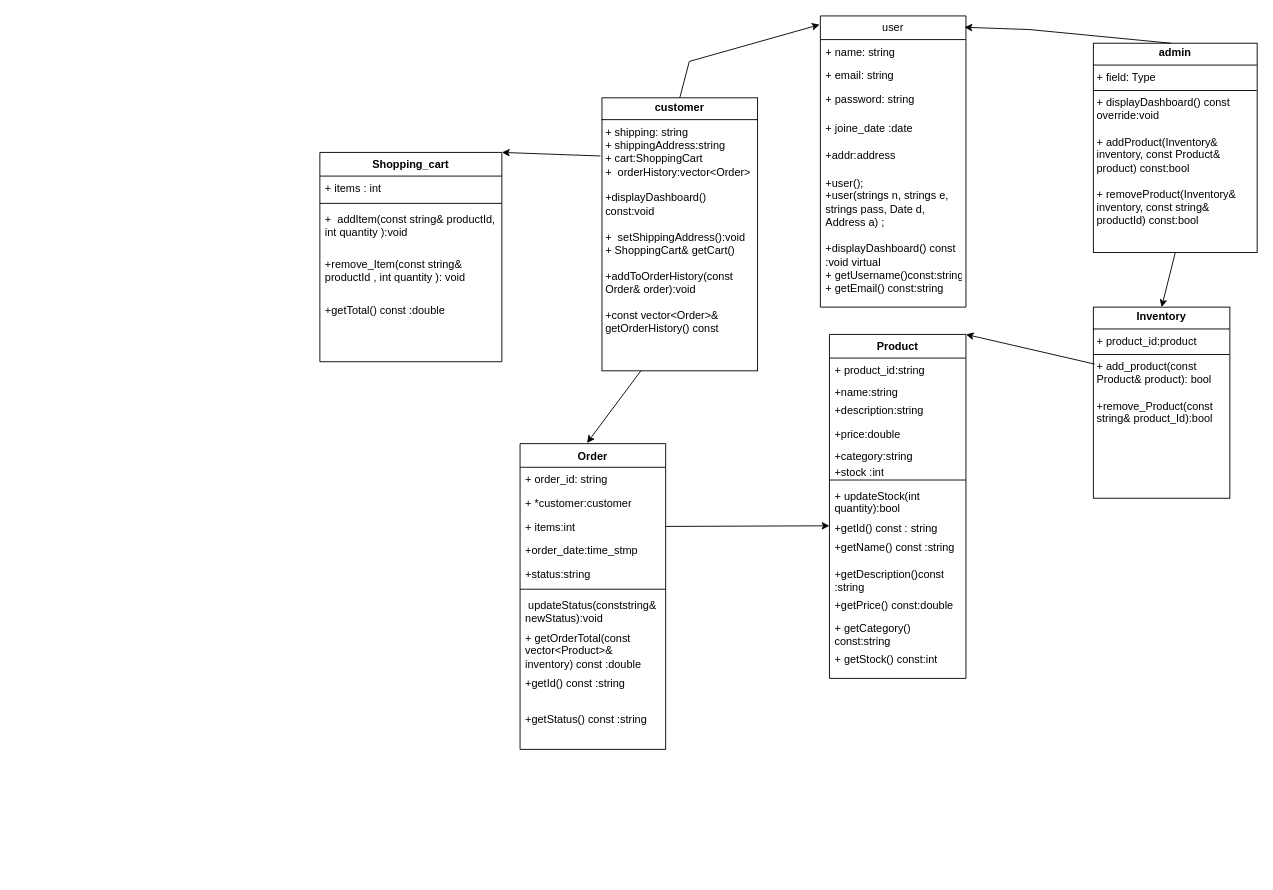
This is oop.drawio from abdul888-888/electronic_store, a draw.io file, before an edit. Source tidied: cells renumbered, new cells numbered last; positions are measured from the earlier drawing's top-left corner, leaving out a move shared by most shapes. Both pictures are drawn from the tidied source at 91%, with x=0, y=0 at pixel (319, 15).
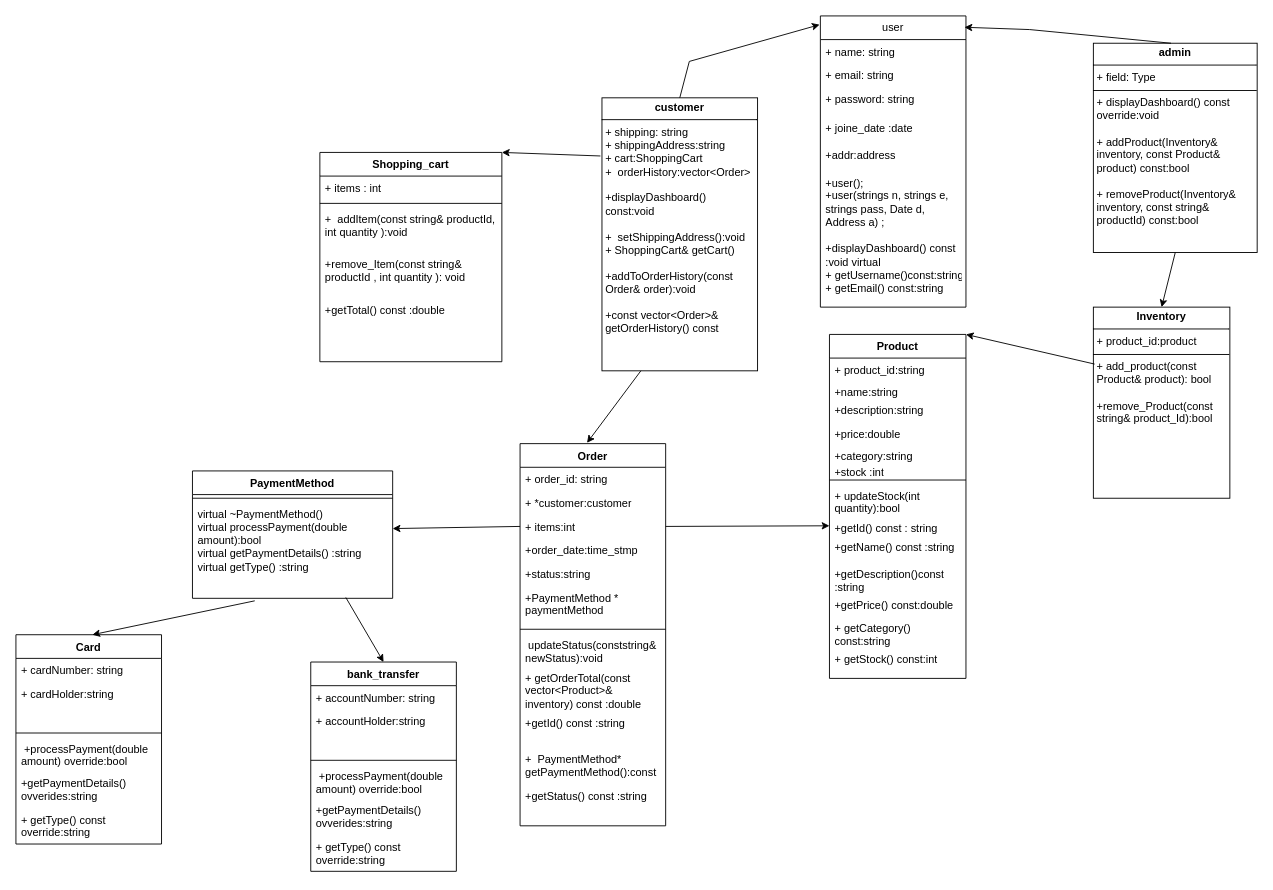
Above is the later version.

The change refers to these unchanged cells:
```xml
<mxCell id="30" value="+ items:int" style="text;strokeColor=none;fillColor=none;align=left;verticalAlign=top;spacingLeft=4;spacingRight=4;overflow=hidden;points=[[0,0.5],[1,0.5]];portConstraint=eastwest;whiteSpace=wrap;html=1;" parent="27" vertex="1">
  <mxGeometry y="78" width="160" height="26" as="geometry" />
</mxCell>
```

What changed in the source:
```diff
@@
     <mxCell id="27" value="Order" style="swimlane;fontStyle=1;align=center;verticalAlign=top;horizontal=1;startSize=26;whiteSpace=wrap;html=1;" parent="1" vertex="1">
-      <mxGeometry x="220" y="470" width="160" height="336" as="geometry" />
+      <mxGeometry x="220" y="470" width="160" height="420" as="geometry" />
     </mxCell>
@@
+    <mxCell id="51" value="+PaymentMethod * paymentMethod" style="text;strokeColor=none;fillColor=none;align=left;verticalAlign=top;spacingLeft=4;spacingRight=4;overflow=hidden;whiteSpace=wrap;html=1;" parent="27" vertex="1">
+      <mxGeometry y="156" width="160" height="44" as="geometry" />
+    </mxCell>
     <mxCell id="33" style="line;strokeWidth=1;fillColor=none;align=left;verticalAlign=middle;spacingTop=-1;spacingLeft=3;spacingRight=3;labelPosition=right;strokeColor=inherit;" parent="27" vertex="1">
-      <mxGeometry y="156" width="160" height="8" as="geometry" />
+      <mxGeometry y="200" width="160" height="8" as="geometry" />
     </mxCell>
     <mxCell id="34" value="&amp;nbsp;updateStatus(conststring&amp;amp; newStatus):void" style="text;strokeColor=none;fillColor=none;align=left;verticalAlign=top;spacingLeft=4;spacingRight=4;overflow=hidden;whiteSpace=wrap;html=1;" parent="27" vertex="1">
-      <mxGeometry y="164" width="160" height="36" as="geometry" />
+      <mxGeometry y="208" width="160" height="36" as="geometry" />
     </mxCell>
     <mxCell id="35" value="+ getOrderTotal(const vector&amp;lt;Product&amp;gt;&amp;amp; inventory) const :double" style="text;strokeColor=none;fillColor=none;align=left;verticalAlign=top;spacingLeft=4;spacingRight=4;overflow=hidden;whiteSpace=wrap;html=1;" parent="27" vertex="1">
-      <mxGeometry y="200" width="160" height="50" as="geometry" />
+      <mxGeometry y="244" width="160" height="50" as="geometry" />
     </mxCell>
     <mxCell id="36" value="+getId() const :string&lt;div&gt;&lt;br&gt;&lt;/div&gt;" style="text;strokeColor=none;fillColor=none;align=left;verticalAlign=top;spacingLeft=4;spacingRight=4;overflow=hidden;whiteSpace=wrap;html=1;" parent="27" vertex="1">
-      <mxGeometry y="250" width="160" height="40" as="geometry" />
+      <mxGeometry y="294" width="160" height="40" as="geometry" />
     </mxCell>
+    <mxCell id="52" value="+&amp;nbsp; PaymentMethod* getPaymentMethod():const&amp;nbsp;" style="text;strokeColor=none;fillColor=none;align=left;verticalAlign=top;spacingLeft=4;spacingRight=4;overflow=hidden;whiteSpace=wrap;html=1;" parent="27" vertex="1">
+      <mxGeometry y="334" width="160" height="40" as="geometry" />
+    </mxCell>
     <mxCell id="37" value="+getStatus() const :string" style="text;strokeColor=none;fillColor=none;align=left;verticalAlign=top;spacingLeft=4;spacingRight=4;overflow=hidden;whiteSpace=wrap;html=1;" parent="27" vertex="1">
-      <mxGeometry y="290" width="160" height="46" as="geometry" />
+      <mxGeometry y="374" width="160" height="46" as="geometry" />
     </mxCell>
@@
+    <mxCell id="53" value="PaymentMethod" style="swimlane;fontStyle=1;align=center;verticalAlign=top;horizontal=1;startSize=26;whiteSpace=wrap;html=1;" parent="1" vertex="1">
+      <mxGeometry x="-140" y="500" width="220" height="140" as="geometry" />
+    </mxCell>
+    <mxCell id="54" style="line;strokeWidth=1;fillColor=none;align=left;verticalAlign=middle;spacingTop=-1;spacingLeft=3;spacingRight=3;labelPosition=right;strokeColor=inherit;" parent="53" vertex="1">
+      <mxGeometry y="26" width="220" height="8" as="geometry" />
+    </mxCell>
+    <mxCell id="55" value="&lt;div&gt;virtual ~PaymentMethod()&amp;nbsp;&lt;/div&gt;&lt;div&gt;virtual processPayment(double amount):bool&amp;nbsp;&lt;/div&gt;&lt;div&gt;virtual getPaymentDetails() :string&lt;/div&gt;&lt;div&gt;virtual getType() :string&lt;/div&gt;" style="text;strokeColor=none;fillColor=none;align=left;verticalAlign=top;spacingLeft=4;spacingRight=4;overflow=hidden;points=[[0,0.5],[1,0.5]];portConstraint=eastwest;whiteSpace=wrap;html=1;" parent="53" vertex="1">
+      <mxGeometry y="34" width="220" height="106" as="geometry" />
+    </mxCell>
+    <mxCell id="56" style="endArrow=classic;html=1;rounded=0;exitX=0;exitY=0.5;exitDx=0;exitDy=0;entryX=1;entryY=0.277;entryDx=0;entryDy=0;entryPerimeter=0;" parent="1" edge="1" source="30" target="55">
+      <mxGeometry relative="1" as="geometry" />
+    </mxCell>
+    <mxCell id="57" style="endArrow=classic;html=1;rounded=0;exitX=0.766;exitY=0.991;exitDx=0;exitDy=0;exitPerimeter=0;entryX=0.5;entryY=0;entryDx=0;entryDy=0;" parent="1" edge="1" source="55" target="67">
+      <mxGeometry relative="1" as="geometry" />
+    </mxCell>
+    <mxCell id="58" value="Card" style="swimlane;fontStyle=1;align=center;verticalAlign=top;horizontal=1;startSize=26;whiteSpace=wrap;html=1;" parent="1" vertex="1">
+      <mxGeometry x="-334" y="680" width="160" height="230" as="geometry" />
+    </mxCell>
+    <mxCell id="59" value="+&amp;nbsp;cardNumber: string" style="text;strokeColor=none;fillColor=none;align=left;verticalAlign=top;spacingLeft=4;spacingRight=4;overflow=hidden;whiteSpace=wrap;html=1;" parent="58" vertex="1">
+      <mxGeometry y="26" width="160" height="26" as="geometry" />
+    </mxCell>
+    <mxCell id="60" value="+&amp;nbsp;cardHolder:string&lt;div&gt;&lt;br&gt;&lt;/div&gt;" style="text;strokeColor=none;fillColor=none;align=left;verticalAlign=top;spacingLeft=4;spacingRight=4;overflow=hidden;whiteSpace=wrap;html=1;" parent="58" vertex="1">
+      <mxGeometry y="52" width="160" height="26" as="geometry" />
+    </mxCell>
+    <mxCell id="61" style="text;strokeColor=none;fillColor=none;align=left;verticalAlign=top;spacingLeft=4;spacingRight=4;overflow=hidden;whiteSpace=wrap;html=1;" parent="58" vertex="1">
+      <mxGeometry y="78" width="160" height="26" as="geometry" />
+    </mxCell>
+    <mxCell id="62" style="line;strokeWidth=1;fillColor=none;align=left;verticalAlign=middle;spacingTop=-1;spacingLeft=3;spacingRight=3;labelPosition=right;strokeColor=inherit;" parent="58" vertex="1">
+      <mxGeometry y="104" width="160" height="8" as="geometry" />
+    </mxCell>
+    <mxCell id="63" value="&amp;nbsp;+processPayment(double amount) override:bool" style="text;strokeColor=none;fillColor=none;align=left;verticalAlign=top;spacingLeft=4;spacingRight=4;overflow=hidden;whiteSpace=wrap;html=1;" parent="58" vertex="1">
+      <mxGeometry y="112" width="160" height="38" as="geometry" />
+    </mxCell>
+    <mxCell id="64" value="+getPaymentDetails() ovverides:string" style="text;strokeColor=none;fillColor=none;align=left;verticalAlign=top;spacingLeft=4;spacingRight=4;overflow=hidden;whiteSpace=wrap;html=1;" parent="58" vertex="1">
+      <mxGeometry y="150" width="160" height="40" as="geometry" />
+    </mxCell>
+    <mxCell id="65" value="+&amp;nbsp;getType() const override:string" style="text;strokeColor=none;fillColor=none;align=left;verticalAlign=top;spacingLeft=4;spacingRight=4;overflow=hidden;whiteSpace=wrap;html=1;" parent="58" vertex="1">
+      <mxGeometry y="190" width="160" height="40" as="geometry" />
+    </mxCell>
+    <mxCell id="66" style="endArrow=classic;html=1;rounded=0;exitX=0.311;exitY=1.026;exitDx=0;exitDy=0;exitPerimeter=0;entryX=0.5;entryY=0;entryDx=0;entryDy=0;" parent="58" edge="1" source="55">
+      <mxGeometry relative="1" as="geometry">
+        <mxPoint x="84" as="targetPoint" />
+      </mxGeometry>
+    </mxCell>
+    <mxCell id="67" value="bank_transfer" style="swimlane;fontStyle=1;align=center;verticalAlign=top;horizontal=1;startSize=26;whiteSpace=wrap;html=1;" parent="1" vertex="1">
+      <mxGeometry x="-10" y="710" width="160" height="230" as="geometry" />
+    </mxCell>
+    <mxCell id="68" value="+ accountNumber: string" style="text;strokeColor=none;fillColor=none;align=left;verticalAlign=top;spacingLeft=4;spacingRight=4;overflow=hidden;whiteSpace=wrap;html=1;" parent="67" vertex="1">
+      <mxGeometry y="26" width="160" height="26" as="geometry" />
+    </mxCell>
+    <mxCell id="69" value="+ accountHolder:string&lt;div&gt;&lt;br&gt;&lt;/div&gt;" style="text;strokeColor=none;fillColor=none;align=left;verticalAlign=top;spacingLeft=4;spacingRight=4;overflow=hidden;whiteSpace=wrap;html=1;" parent="67" vertex="1">
+      <mxGeometry y="52" width="160" height="26" as="geometry" />
+    </mxCell>
+    <mxCell id="70" style="text;strokeColor=none;fillColor=none;align=left;verticalAlign=top;spacingLeft=4;spacingRight=4;overflow=hidden;whiteSpace=wrap;html=1;" parent="67" vertex="1">
+      <mxGeometry y="78" width="160" height="26" as="geometry" />
+    </mxCell>
+    <mxCell id="71" style="line;strokeWidth=1;fillColor=none;align=left;verticalAlign=middle;spacingTop=-1;spacingLeft=3;spacingRight=3;labelPosition=right;strokeColor=inherit;" parent="67" vertex="1">
+      <mxGeometry y="104" width="160" height="8" as="geometry" />
+    </mxCell>
+    <mxCell id="72" value="&amp;nbsp;+processPayment(double amount) override:bool" style="text;strokeColor=none;fillColor=none;align=left;verticalAlign=top;spacingLeft=4;spacingRight=4;overflow=hidden;whiteSpace=wrap;html=1;" parent="67" vertex="1">
+      <mxGeometry y="112" width="160" height="38" as="geometry" />
+    </mxCell>
+    <mxCell id="73" value="+getPaymentDetails() ovverides:string" style="text;strokeColor=none;fillColor=none;align=left;verticalAlign=top;spacingLeft=4;spacingRight=4;overflow=hidden;whiteSpace=wrap;html=1;" parent="67" vertex="1">
+      <mxGeometry y="150" width="160" height="40" as="geometry" />
+    </mxCell>
+    <mxCell id="74" value="+&amp;nbsp;getType() const override:string" style="text;strokeColor=none;fillColor=none;align=left;verticalAlign=top;spacingLeft=4;spacingRight=4;overflow=hidden;whiteSpace=wrap;html=1;" parent="67" vertex="1">
+      <mxGeometry y="190" width="160" height="40" as="geometry" />
+    </mxCell>
```
